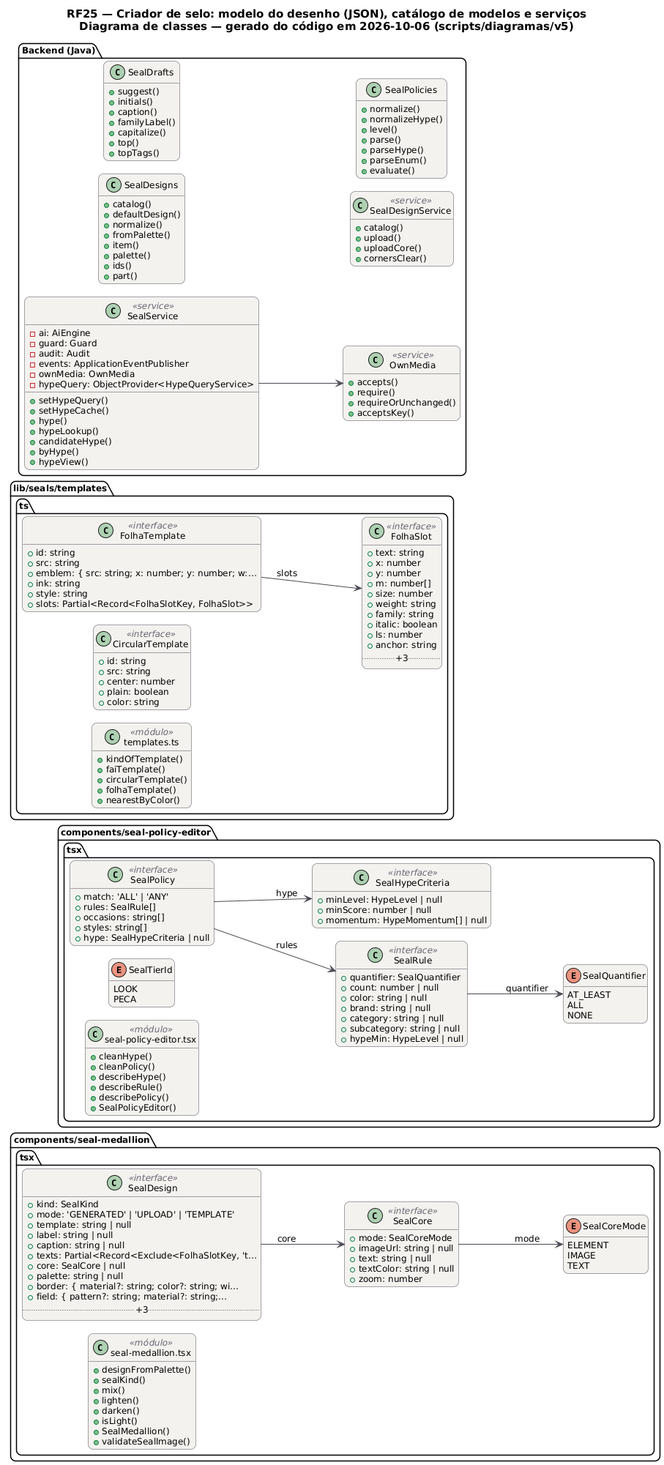
Above: docs/diagramas/RF25-criador-de-selos/RF25_Criador_Classes.png in MatheusHaliski/tcc-2026-fashion-ai-backend (PlantUML), before the change. The source it was exported from:
```plantuml
@startuml RF25_Criador_Classes
!pragma layout smetana
skinparam backgroundColor #FFFFFF
skinparam shadowing false
skinparam defaultFontName "DejaVu Sans"
skinparam defaultFontSize 12
skinparam titleFontSize 15
skinparam roundcorner 14
skinparam ArrowColor #52606D
skinparam note {
  BackgroundColor #FFFDEB
  BorderColor #D8CE78
  FontColor #554F24
}
skinparam class {
  BackgroundColor #F4F2EF
  BorderColor #4A4852
  ArrowColor #4A4852
  StereotypeFontColor #6B6470
}
hide empty members
left to right direction
title RF25 — Criador de selo: modelo do desenho (JSON), catálogo de modelos e serviços\nDiagrama de classes — gerado do código em 2026-10-06 (scripts/diagramas/v5)

package "components/seal-medallion.tsx" {
  class SealDesign as "SealDesign" <<interface>> {
    +kind: SealKind
    +mode: 'GENERATED' | 'UPLOAD' | 'TEMPLATE'
    +template: string | null
    +label: string | null
    +caption: string | null
    +texts: Partial<Record<Exclude<FolhaSlotKey, 't…
    +core: SealCore | null
    +palette: string | null
    +border: { material?: string; color?: string; wi…
    +field: { pattern?: string; material?: string;…
    .. +3 ..
  }
  class SealCore as "SealCore" <<interface>> {
    +mode: SealCoreMode
    +imageUrl: string | null
    +text: string | null
    +textColor: string | null
    +zoom: number
  }
  enum SealCoreMode as "SealCoreMode" {
    ELEMENT
    IMAGE
    TEXT
  }
  class mod_seal_medallion_tsx as "seal-medallion.tsx" <<módulo>> {
    +designFromPalette()
    +sealKind()
    +mix()
    +lighten()
    +darken()
    +isLight()
    +SealMedallion()
    +validateSealImage()
  }
}
package "components/seal-policy-editor.tsx" {
  class SealPolicy as "SealPolicy" <<interface>> {
    +match: 'ALL' | 'ANY'
    +rules: SealRule[]
    +occasions: string[]
    +styles: string[]
    +hype: SealHypeCriteria | null
  }
  class SealRule as "SealRule" <<interface>> {
    +quantifier: SealQuantifier
    +count: number | null
    +color: string | null
    +brand: string | null
    +category: string | null
    +subcategory: string | null
    +hypeMin: HypeLevel | null
  }
  class SealHypeCriteria as "SealHypeCriteria" <<interface>> {
    +minLevel: HypeLevel | null
    +minScore: number | null
    +momentum: HypeMomentum[] | null
  }
  enum SealQuantifier as "SealQuantifier" {
    AT_LEAST
    ALL
    NONE
  }
  enum SealTierId as "SealTierId" {
    LOOK
    PECA
  }
  class mod_seal_policy_editor_tsx as "seal-policy-editor.tsx" <<módulo>> {
    +cleanHype()
    +cleanPolicy()
    +describeHype()
    +describeRule()
    +describePolicy()
    +SealPolicyEditor()
  }
}
package "lib/seals/templates.ts" {
  class FolhaSlot as "FolhaSlot" <<interface>> {
    +text: string
    +x: number
    +y: number
    +m: number[]
    +size: number
    +weight: string
    +family: string
    +italic: boolean
    +ls: number
    +anchor: string
    .. +3 ..
  }
  class FolhaTemplate as "FolhaTemplate" <<interface>> {
    +id: string
    +src: string
    +emblem: { src: string; x: number; y: number; w:…
    +ink: string
    +style: string
    +slots: Partial<Record<FolhaSlotKey, FolhaSlot>>
  }
  class CircularTemplate as "CircularTemplate" <<interface>> {
    +id: string
    +src: string
    +center: number
    +plain: boolean
    +color: string
  }
  class mod_templates_ts as "templates.ts" <<módulo>> {
    +kindOfTemplate()
    +faiTemplate()
    +circularTemplate()
    +folhaTemplate()
    +nearestByColor()
  }
}
package "Backend (Java)" {
  class SealDesigns  {
    +catalog()
    +defaultDesign()
    +normalize()
    +fromPalette()
    +item()
    +palette()
    +ids()
    +part()
  }
  class SealDrafts  {
    +suggest()
    +initials()
    +caption()
    +familyLabel()
    +capitalize()
    +top()
    +topTags()
  }
  class OwnMedia <<service>> {
    +accepts()
    +require()
    +requireOrUnchanged()
    +acceptsKey()
  }
  class SealDesignService <<service>> {
    +catalog()
    +upload()
    +uploadCore()
    +cornersClear()
  }
  class SealPolicies  {
    +normalize()
    +normalizeHype()
    +level()
    +parse()
    +parseHype()
    +parseEnum()
    +evaluate()
  }
  class SealService <<service>> {
    -ai: AiEngine
    -guard: Guard
    -audit: Audit
    -events: ApplicationEventPublisher
    -ownMedia: OwnMedia
    -hypeQuery: ObjectProvider<HypeQueryService>
    +setHypeQuery()
    +setHypeCache()
    +hype()
    +hypeLookup()
    +candidateHype()
    +byHype()
    +hypeView()
  }
}
SealService --> OwnMedia
FolhaTemplate --> FolhaSlot : slots
SealCore --> SealCoreMode : mode
SealDesign --> SealCore : core
SealPolicy --> SealHypeCriteria : hype
SealPolicy --> SealRule : rules
SealRule --> SealQuantifier : quantifier
@enduml
```
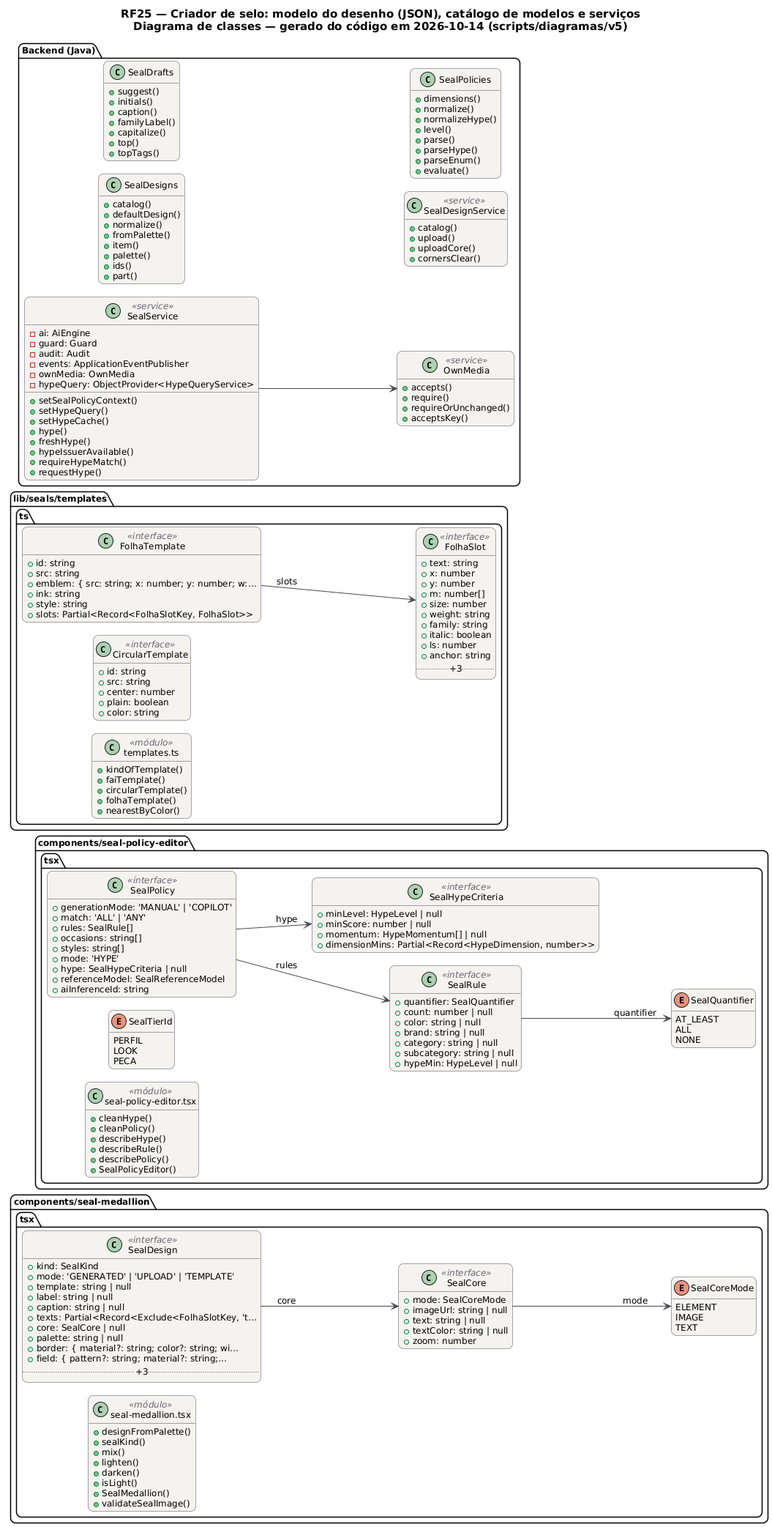
Above is the later version.

The edit, as a diff of the source:
```diff
@@ -20,7 +20,7 @@
 }
 hide empty members
 left to right direction
-title RF25 — Criador de selo: modelo do desenho (JSON), catálogo de modelos e serviços\nDiagrama de classes — gerado do código em 2026-10-06 (scripts/diagramas/v5)
+title RF25 — Criador de selo: modelo do desenho (JSON), catálogo de modelos e serviços\nDiagrama de classes — gerado do código em 2026-10-14 (scripts/diagramas/v5)
 
 package "components/seal-medallion.tsx" {
   class SealDesign as "SealDesign" <<interface>> {
@@ -61,11 +61,15 @@
 }
 package "components/seal-policy-editor.tsx" {
   class SealPolicy as "SealPolicy" <<interface>> {
+    +generationMode: 'MANUAL' | 'COPILOT'
     +match: 'ALL' | 'ANY'
     +rules: SealRule[]
     +occasions: string[]
     +styles: string[]
+    +mode: 'HYPE'
     +hype: SealHypeCriteria | null
+    +referenceModel: SealReferenceModel
+    +aiInferenceId: string
   }
   class SealRule as "SealRule" <<interface>> {
     +quantifier: SealQuantifier
@@ -80,6 +84,7 @@
     +minLevel: HypeLevel | null
     +minScore: number | null
     +momentum: HypeMomentum[] | null
+    +dimensionMins: Partial<Record<HypeDimension, number>>
   }
   enum SealQuantifier as "SealQuantifier" {
     AT_LEAST
@@ -87,6 +92,7 @@
     NONE
   }
   enum SealTierId as "SealTierId" {
+    PERFIL
     LOOK
     PECA
   }
@@ -169,6 +175,7 @@
     +cornersClear()
   }
   class SealPolicies  {
+    +dimensions()
     +normalize()
     +normalizeHype()
     +level()
@@ -184,13 +191,14 @@
     -events: ApplicationEventPublisher
     -ownMedia: OwnMedia
     -hypeQuery: ObjectProvider<HypeQueryService>
+    +setSealPolicyContext()
     +setHypeQuery()
     +setHypeCache()
     +hype()
-    +hypeLookup()
-    +candidateHype()
-    +byHype()
-    +hypeView()
+    +freshHype()
+    +hypeIssuerAvailable()
+    +requireHypeMatch()
+    +requestHype()
   }
 }
 SealService --> OwnMedia
```
